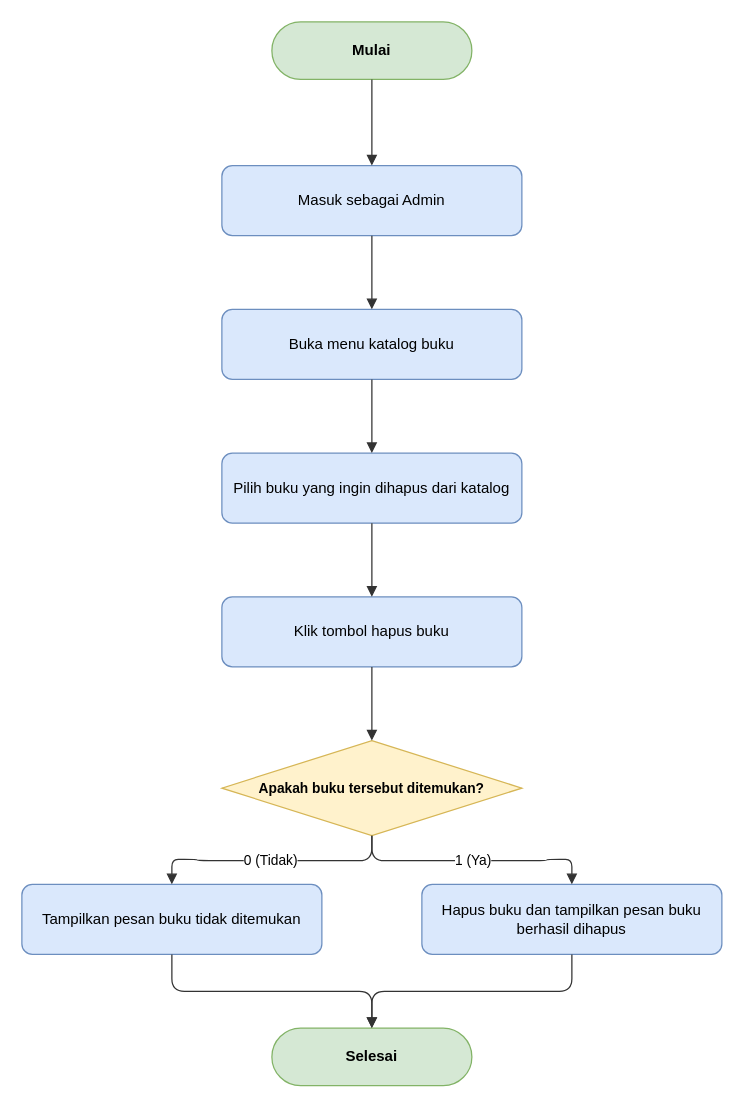
Above: docs/diagrams/flowchart/flowchart-deletebook.drawio in dimstyle/ruang-baca (draw.io), before the change. Source tidied: cells renumbered, new cells numbered last; positions are measured from the earlier drawing's top-left corner, leaving out a move shared by most shapes. Both pictures are drawn from the tidied source at 125%, with x=0, y=0 at pixel (21, 21).
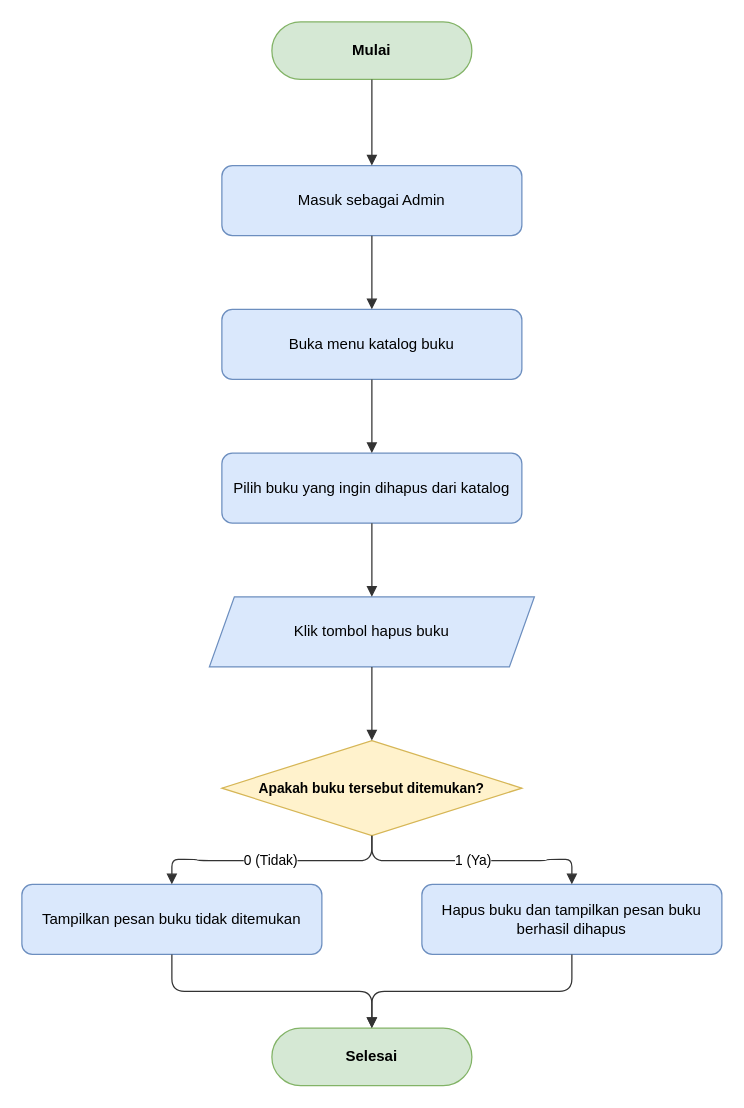
After the change.

Diff of the diagram source:
```diff
@@
 <mxGraphModel>
   <root>
     <mxCell id="0" />
     <mxCell id="1" parent="0" />
     <mxCell id="2" value="Mulai" style="rounded=1;whiteSpace=wrap;html=1;arcSize=50;fillColor=#d5e8d4;strokeColor=#82b366;fontStyle=1;fontSize=12;" parent="1" vertex="1">
       <mxGeometry x="200" width="160" height="46" as="geometry" />
     </mxCell>
     <mxCell id="3" value="Masuk sebagai Admin" style="rounded=1;whiteSpace=wrap;html=1;fillColor=#dae8fc;strokeColor=#6c8ebf;fontSize=12;" parent="1" vertex="1">
       <mxGeometry x="160" y="115" width="240" height="56" as="geometry" />
     </mxCell>
     <mxCell id="4" value="Buka menu katalog buku" style="rounded=1;whiteSpace=wrap;html=1;fillColor=#dae8fc;strokeColor=#6c8ebf;fontSize=12;" parent="1" vertex="1">
       <mxGeometry x="160" y="230" width="240" height="56" as="geometry" />
     </mxCell>
     <mxCell id="5" value="Pilih buku yang ingin dihapus dari katalog" style="rounded=1;whiteSpace=wrap;html=1;fillColor=#dae8fc;strokeColor=#6c8ebf;fontSize=12;" parent="1" vertex="1">
       <mxGeometry x="160" y="345" width="240" height="56" as="geometry" />
     </mxCell>
-    <mxCell id="6" value="Klik tombol hapus buku" style="rounded=1;whiteSpace=wrap;html=1;fillColor=#dae8fc;strokeColor=#6c8ebf;fontSize=12;" parent="1" vertex="1">
-      <mxGeometry x="160" y="460" width="240" height="56" as="geometry" />
+    <mxCell id="6" value="Klik tombol hapus buku" style="shape=parallelogram;perimeter=parallelogramPerimeter;whiteSpace=wrap;html=1;fixedSize=1;fillColor=#dae8fc;strokeColor=#6c8ebf;fontSize=12;" parent="1" vertex="1">
+      <mxGeometry x="150" y="460" width="260" height="56" as="geometry" />
     </mxCell>
     <mxCell id="7" value="Apakah buku tersebut ditemukan?" style="rhombus;whiteSpace=wrap;html=1;fillColor=#fff2cc;strokeColor=#d6b656;fontStyle=1;fontSize=11;" parent="1" vertex="1">
       <mxGeometry x="160" y="575" width="240" height="76" as="geometry" />
     </mxCell>
     <mxCell id="8" value="Tampilkan pesan buku tidak ditemukan" style="rounded=1;whiteSpace=wrap;html=1;fillColor=#dae8fc;strokeColor=#6c8ebf;fontSize=12;" parent="1" vertex="1">
       <mxGeometry y="690" width="240" height="56" as="geometry" />
     </mxCell>
     <mxCell id="9" value="Hapus buku dan tampilkan pesan buku berhasil dihapus" style="rounded=1;whiteSpace=wrap;html=1;fillColor=#dae8fc;strokeColor=#6c8ebf;fontSize=12;" parent="1" vertex="1">
       <mxGeometry x="320" y="690" width="240" height="56" as="geometry" />
     </mxCell>
     <mxCell id="10" value="Selesai" style="rounded=1;whiteSpace=wrap;html=1;arcSize=50;fillColor=#d5e8d4;strokeColor=#82b366;fontStyle=1;fontSize=12;" parent="1" vertex="1">
       <mxGeometry x="200" y="805" width="160" height="46" as="geometry" />
     </mxCell>
     <mxCell id="11" style="edgeStyle=orthogonalEdgeStyle;rounded=1;jettySize=auto;html=1;endArrow=block;endFill=1;strokeColor=#333333;fontSize=11;labelBackgroundColor=#ffffff;" parent="1" edge="1" source="2" target="3">
       <mxGeometry relative="1" as="geometry" />
     </mxCell>
     <mxCell id="12" style="edgeStyle=orthogonalEdgeStyle;rounded=1;jettySize=auto;html=1;endArrow=block;endFill=1;strokeColor=#333333;fontSize=11;labelBackgroundColor=#ffffff;" parent="1" edge="1" source="3" target="4">
       <mxGeometry relative="1" as="geometry" />
     </mxCell>
     <mxCell id="13" style="edgeStyle=orthogonalEdgeStyle;rounded=1;jettySize=auto;html=1;endArrow=block;endFill=1;strokeColor=#333333;fontSize=11;labelBackgroundColor=#ffffff;" parent="1" edge="1" source="4" target="5">
       <mxGeometry relative="1" as="geometry" />
     </mxCell>
     <mxCell id="14" style="edgeStyle=orthogonalEdgeStyle;rounded=1;jettySize=auto;html=1;endArrow=block;endFill=1;strokeColor=#333333;fontSize=11;labelBackgroundColor=#ffffff;" parent="1" edge="1" source="5" target="6">
       <mxGeometry relative="1" as="geometry" />
     </mxCell>
     <mxCell id="15" style="edgeStyle=orthogonalEdgeStyle;rounded=1;jettySize=auto;html=1;endArrow=block;endFill=1;strokeColor=#333333;fontSize=11;labelBackgroundColor=#ffffff;" parent="1" edge="1" source="6" target="7">
       <mxGeometry relative="1" as="geometry" />
     </mxCell>
     <mxCell id="16" value="0 (Tidak)" style="edgeStyle=orthogonalEdgeStyle;rounded=1;jettySize=auto;html=1;endArrow=block;endFill=1;strokeColor=#333333;fontSize=11;labelBackgroundColor=#ffffff;" parent="1" edge="1" source="7" target="8">
       <mxGeometry relative="1" as="geometry" />
     </mxCell>
     <mxCell id="17" style="edgeStyle=orthogonalEdgeStyle;rounded=1;jettySize=auto;html=1;endArrow=block;endFill=1;strokeColor=#333333;fontSize=11;labelBackgroundColor=#ffffff;" parent="1" edge="1" source="8" target="10">
       <mxGeometry relative="1" as="geometry" />
     </mxCell>
     <mxCell id="18" value="1 (Ya)" style="edgeStyle=orthogonalEdgeStyle;rounded=1;jettySize=auto;html=1;endArrow=block;endFill=1;strokeColor=#333333;fontSize=11;labelBackgroundColor=#ffffff;" parent="1" edge="1" source="7" target="9">
       <mxGeometry relative="1" as="geometry" />
     </mxCell>
     <mxCell id="19" style="edgeStyle=orthogonalEdgeStyle;rounded=1;jettySize=auto;html=1;endArrow=block;endFill=1;strokeColor=#333333;fontSize=11;labelBackgroundColor=#ffffff;" parent="1" edge="1" source="9" target="10">
       <mxGeometry relative="1" as="geometry" />
     </mxCell>
   </root>
 </mxGraphModel>
```
